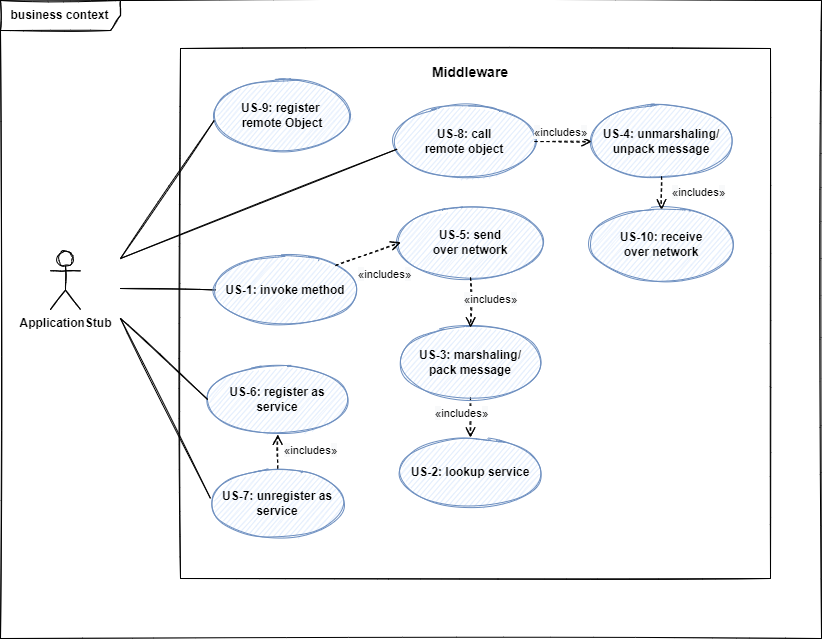
Above: Dokumentation/Middleware/diagrams/scope_business.png in sckoenig/Distributed-Tron (draw.io), before the change. Source tidied: cells renumbered, new cells last; positions are measured from the earlier drawing's top-left corner, leaving out a move shared by most shapes.
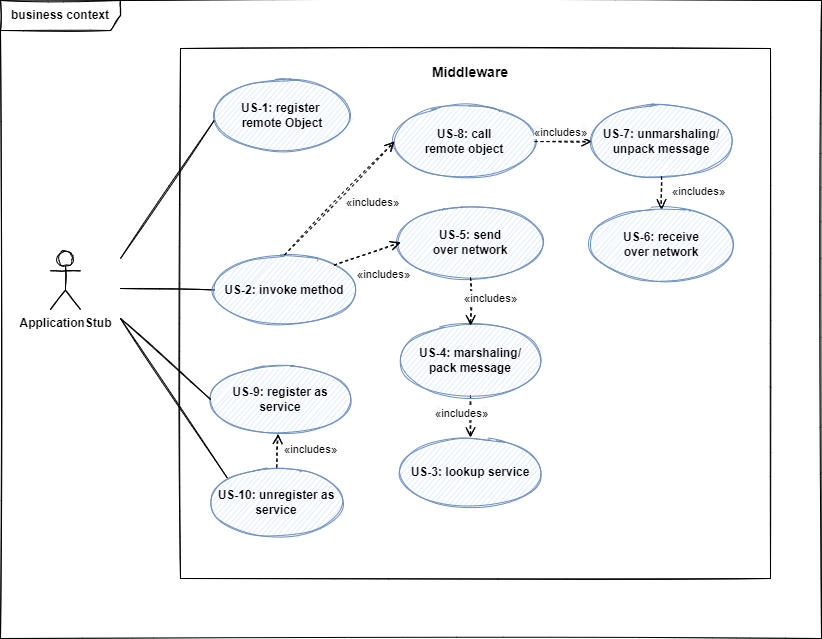
Later version of the same file.

What changed in the source:
```diff
@@ -31,13 +31,13 @@
         <mxPoint x="275" y="255" as="targetPoint" />
       </mxGeometry>
     </mxCell>
-    <mxCell id="9" value="&lt;b&gt;US-1: invoke method&lt;br&gt;&lt;/b&gt;" style="ellipse;whiteSpace=wrap;html=1;sketch=1;fillColor=#dae8fc;strokeColor=#6c8ebf;" parent="1" vertex="1">
-      <mxGeometry x="215" y="254.5" width="140" height="70" as="geometry" />
+    <mxCell id="9" value="&lt;b&gt;US-2: invoke method&lt;br&gt;&lt;/b&gt;" style="ellipse;whiteSpace=wrap;html=1;sketch=1;fillColor=#dae8fc;strokeColor=#6c8ebf;" parent="1" vertex="1">
+      <mxGeometry x="214" y="254.5" width="140" height="70" as="geometry" />
     </mxCell>
-    <mxCell id="10" value="&lt;b&gt;US-6: register as service&lt;br&gt;&lt;/b&gt;" style="ellipse;whiteSpace=wrap;html=1;sketch=1;fillColor=#dae8fc;strokeColor=#6c8ebf;" parent="1" vertex="1">
-      <mxGeometry x="207.2" y="364" width="140" height="70" as="geometry" />
+    <mxCell id="10" value="&lt;b&gt;US-9: register as service&lt;br&gt;&lt;/b&gt;" style="ellipse;whiteSpace=wrap;html=1;sketch=1;fillColor=#dae8fc;strokeColor=#6c8ebf;" parent="1" vertex="1">
+      <mxGeometry x="210.2" y="364" width="140" height="70" as="geometry" />
     </mxCell>
-    <mxCell id="11" value="&lt;b&gt;US-2: lookup service&lt;br&gt;&lt;/b&gt;" style="ellipse;whiteSpace=wrap;html=1;sketch=1;fillColor=#dae8fc;strokeColor=#6c8ebf;" parent="1" vertex="1">
+    <mxCell id="11" value="&lt;b&gt;US-3: lookup service&lt;br&gt;&lt;/b&gt;" style="ellipse;whiteSpace=wrap;html=1;sketch=1;fillColor=#dae8fc;strokeColor=#6c8ebf;" parent="1" vertex="1">
       <mxGeometry x="400" y="437" width="140" height="70" as="geometry" />
     </mxCell>
     <mxCell id="12" style="endArrow=none;endFill=0;endSize=12;html=1;rounded=0;entryX=0;entryY=0.5;entryDx=0;entryDy=0;sketch=1;" parent="1" edge="1" target="10">
@@ -50,11 +50,11 @@
         <mxPoint x="1" as="offset" />
       </mxGeometry>
     </mxCell>
-    <mxCell id="14" value="&lt;b&gt;US-4: unmarshaling/&lt;br&gt;unpack message&lt;/b&gt;&lt;b&gt;&lt;br&gt;&lt;/b&gt;" style="ellipse;whiteSpace=wrap;html=1;sketch=1;fillColor=#dae8fc;strokeColor=#6c8ebf;" parent="1" vertex="1">
+    <mxCell id="14" value="&lt;b&gt;US-7: unmarshaling/&lt;br&gt;unpack message&lt;/b&gt;&lt;b&gt;&lt;br&gt;&lt;/b&gt;" style="ellipse;whiteSpace=wrap;html=1;sketch=1;fillColor=#dae8fc;strokeColor=#6c8ebf;" parent="1" vertex="1">
       <mxGeometry x="591" y="106" width="140" height="70" as="geometry" />
     </mxCell>
-    <mxCell id="15" value="&lt;b&gt;US-3: marshaling/&lt;br&gt;pack message&lt;/b&gt;&lt;b&gt;&lt;br&gt;&lt;/b&gt;" style="ellipse;whiteSpace=wrap;html=1;sketch=1;fillColor=#dae8fc;strokeColor=#6c8ebf;" parent="1" vertex="1">
-      <mxGeometry x="400" y="327" width="140" height="70" as="geometry" />
+    <mxCell id="15" value="&lt;b&gt;US-4: marshaling/&lt;br&gt;pack message&lt;/b&gt;&lt;b&gt;&lt;br&gt;&lt;/b&gt;" style="ellipse;whiteSpace=wrap;html=1;sketch=1;fillColor=#dae8fc;strokeColor=#6c8ebf;" parent="1" vertex="1">
+      <mxGeometry x="400" y="325" width="140" height="70" as="geometry" />
     </mxCell>
     <mxCell id="16" value="&lt;b&gt;US-5: send&lt;br&gt;over network&lt;br&gt;&lt;/b&gt;" style="ellipse;whiteSpace=wrap;html=1;sketch=1;fillColor=#dae8fc;strokeColor=#6c8ebf;" parent="1" vertex="1">
       <mxGeometry x="400" y="207" width="140" height="70" as="geometry" />
@@ -62,45 +62,42 @@
     <mxCell id="17" value="&lt;b&gt;US-8: call&lt;br&gt;remote object&lt;br&gt;&lt;/b&gt;" style="ellipse;whiteSpace=wrap;html=1;sketch=1;fillColor=#dae8fc;strokeColor=#6c8ebf;" parent="1" vertex="1">
       <mxGeometry x="394" y="106" width="140" height="70" as="geometry" />
     </mxCell>
-    <mxCell id="18" style="endArrow=none;endFill=0;endSize=12;html=1;rounded=0;entryX=0.019;entryY=0.609;entryDx=0;entryDy=0;sketch=1;entryPerimeter=0;" parent="1" edge="1" target="17">
-      <mxGeometry relative="1" as="geometry">
-        <mxPoint x="120" y="258" as="sourcePoint" />
-      </mxGeometry>
+    <mxCell id="18" value="&lt;span style=&quot;font-size: 12px; background-color: rgb(248, 249, 250);&quot;&gt;«&lt;/span&gt;includes&lt;span style=&quot;font-size: 12px; background-color: rgb(248, 249, 250);&quot;&gt;»&lt;/span&gt;" style="html=1;verticalAlign=bottom;endArrow=open;dashed=1;endSize=8;rounded=0;exitX=1;exitY=0;exitDx=0;exitDy=0;sketch=1;entryX=0;entryY=0.5;entryDx=0;entryDy=0;" parent="1" edge="1" source="9" target="16">
+      <mxGeometry x="0.18" y="-33" relative="1" as="geometry" />
     </mxCell>
-    <mxCell id="19" value="&lt;span style=&quot;font-size: 12px; background-color: rgb(248, 249, 250);&quot;&gt;«&lt;/span&gt;includes&lt;span style=&quot;font-size: 12px; background-color: rgb(248, 249, 250);&quot;&gt;»&lt;/span&gt;" style="html=1;verticalAlign=bottom;endArrow=open;dashed=1;endSize=8;rounded=0;exitX=1;exitY=0;exitDx=0;exitDy=0;sketch=1;entryX=0;entryY=0.5;entryDx=0;entryDy=0;" parent="1" edge="1" source="9" target="16">
-      <mxGeometry x="0.18" y="-33" relative="1" as="geometry" />
+    <mxCell id="19" value="&lt;b&gt;US-10: unregister as service&lt;br&gt;&lt;/b&gt;" style="ellipse;whiteSpace=wrap;html=1;sketch=1;fillColor=#dae8fc;strokeColor=#6c8ebf;" parent="1" vertex="1">
+      <mxGeometry x="206.2" y="467" width="140" height="70" as="geometry" />
     </mxCell>
-    <mxCell id="20" value="&lt;b&gt;US-7: unregister as service&lt;br&gt;&lt;/b&gt;" style="ellipse;whiteSpace=wrap;html=1;sketch=1;fillColor=#dae8fc;strokeColor=#6c8ebf;" parent="1" vertex="1">
-      <mxGeometry x="207.2" y="468" width="140" height="70" as="geometry" />
+    <mxCell id="20" style="endArrow=none;endFill=0;endSize=12;html=1;rounded=0;sketch=1;entryX=0;entryY=0;entryDx=0;entryDy=0;" parent="1" edge="1" target="19">
+      <mxGeometry relative="1" as="geometry">
+        <mxPoint x="120" y="318" as="sourcePoint" />
+      </mxGeometry>
     </mxCell>
-    <mxCell id="21" style="endArrow=none;endFill=0;endSize=12;html=1;rounded=0;sketch=1;" parent="1" edge="1">
-      <mxGeometry relative="1" as="geometry">
-        <mxPoint x="120" y="318" as="sourcePoint" />
-        <mxPoint x="210" y="498" as="targetPoint" />
-      </mxGeometry>
+    <mxCell id="21" value="&lt;span style=&quot;font-size: 12px; background-color: rgb(248, 249, 250);&quot;&gt;«&lt;/span&gt;includes&lt;span style=&quot;font-size: 12px; background-color: rgb(248, 249, 250);&quot;&gt;»&lt;/span&gt;" style="html=1;verticalAlign=bottom;endArrow=open;dashed=1;endSize=8;rounded=0;exitX=0.5;exitY=0;exitDx=0;exitDy=0;sketch=1;entryX=0.482;entryY=0.991;entryDx=0;entryDy=0;entryPerimeter=0;" parent="1" edge="1" source="19" target="10">
+      <mxGeometry x="-0.41" y="-33" relative="1" as="geometry" />
     </mxCell>
-    <mxCell id="22" value="&lt;span style=&quot;font-size: 12px; background-color: rgb(248, 249, 250);&quot;&gt;«&lt;/span&gt;includes&lt;span style=&quot;font-size: 12px; background-color: rgb(248, 249, 250);&quot;&gt;»&lt;/span&gt;" style="html=1;verticalAlign=bottom;endArrow=open;dashed=1;endSize=8;rounded=0;exitX=0.5;exitY=0;exitDx=0;exitDy=0;sketch=1;entryX=0.5;entryY=1;entryDx=0;entryDy=0;" parent="1" edge="1" source="20" target="10">
-      <mxGeometry x="-0.41" y="-33" relative="1" as="geometry" />
+    <mxCell id="22" value="&lt;b&gt;US-1: register&amp;nbsp;&lt;br&gt;remote Object&lt;br&gt;&lt;/b&gt;" style="ellipse;whiteSpace=wrap;html=1;sketch=1;fillColor=#dae8fc;strokeColor=#6c8ebf;" parent="1" vertex="1">
+      <mxGeometry x="211.5" y="80" width="140" height="70" as="geometry" />
     </mxCell>
-    <mxCell id="23" value="&lt;b&gt;US-9: register&amp;nbsp;&lt;br&gt;remote Object&lt;br&gt;&lt;/b&gt;" style="ellipse;whiteSpace=wrap;html=1;sketch=1;fillColor=#dae8fc;strokeColor=#6c8ebf;" parent="1" vertex="1">
-      <mxGeometry x="211.5" y="80" width="140" height="70" as="geometry" />
+    <mxCell id="23" style="endArrow=none;endFill=0;endSize=12;html=1;rounded=0;entryX=0.016;entryY=0.57;entryDx=0;entryDy=0;sketch=1;entryPerimeter=0;" parent="1" edge="1" target="22">
+      <mxGeometry relative="1" as="geometry">
+        <mxPoint x="120" y="258" as="sourcePoint" />
+      </mxGeometry>
     </mxCell>
-    <mxCell id="24" style="endArrow=none;endFill=0;endSize=12;html=1;rounded=0;entryX=0.016;entryY=0.57;entryDx=0;entryDy=0;sketch=1;entryPerimeter=0;" parent="1" edge="1" target="23">
-      <mxGeometry relative="1" as="geometry">
-        <mxPoint x="120" y="258" as="sourcePoint" />
-      </mxGeometry>
+    <mxCell id="24" value="&lt;span style=&quot;font-size: 12px; background-color: rgb(248, 249, 250);&quot;&gt;«&lt;/span&gt;includes&lt;span style=&quot;font-size: 12px; background-color: rgb(248, 249, 250);&quot;&gt;»&lt;/span&gt;" style="html=1;verticalAlign=bottom;endArrow=open;dashed=1;endSize=8;rounded=0;exitX=1;exitY=0.5;exitDx=0;exitDy=0;sketch=1;entryX=0;entryY=0.5;entryDx=0;entryDy=0;" parent="1" edge="1" source="17" target="14">
+      <mxGeometry x="-0.1" relative="1" as="geometry" />
     </mxCell>
-    <mxCell id="25" value="&lt;span style=&quot;font-size: 12px; background-color: rgb(248, 249, 250);&quot;&gt;«&lt;/span&gt;includes&lt;span style=&quot;font-size: 12px; background-color: rgb(248, 249, 250);&quot;&gt;»&lt;/span&gt;" style="html=1;verticalAlign=bottom;endArrow=open;dashed=1;endSize=8;rounded=0;exitX=1;exitY=0.5;exitDx=0;exitDy=0;sketch=1;entryX=0;entryY=0.5;entryDx=0;entryDy=0;" parent="1" edge="1" source="17" target="14">
-      <mxGeometry x="-0.1" relative="1" as="geometry" />
+    <mxCell id="25" value="&lt;b&gt;US-6: receive&lt;br&gt;over network&lt;br&gt;&lt;/b&gt;" style="ellipse;whiteSpace=wrap;html=1;sketch=1;fillColor=#dae8fc;strokeColor=#6c8ebf;" parent="1" vertex="1">
+      <mxGeometry x="591" y="209" width="140" height="70" as="geometry" />
     </mxCell>
-    <mxCell id="26" value="&lt;b&gt;US-10: receive&lt;br&gt;over network&lt;br&gt;&lt;/b&gt;" style="ellipse;whiteSpace=wrap;html=1;sketch=1;fillColor=#dae8fc;strokeColor=#6c8ebf;" parent="1" vertex="1">
-      <mxGeometry x="591" y="209" width="140" height="70" as="geometry" />
+    <mxCell id="26" value="&lt;span style=&quot;font-size: 12px; background-color: rgb(248, 249, 250);&quot;&gt;«&lt;/span&gt;includes&lt;span style=&quot;font-size: 12px; background-color: rgb(248, 249, 250);&quot;&gt;»&lt;/span&gt;" style="html=1;verticalAlign=bottom;endArrow=open;dashed=1;endSize=8;rounded=0;exitX=0.5;exitY=1;exitDx=0;exitDy=0;sketch=1;entryX=0.5;entryY=0;entryDx=0;entryDy=0;" parent="1" edge="1" source="16" target="15">
+      <mxGeometry x="0.24" y="20" relative="1" as="geometry" />
     </mxCell>
-    <mxCell id="27" value="&lt;span style=&quot;font-size: 12px; background-color: rgb(248, 249, 250);&quot;&gt;«&lt;/span&gt;includes&lt;span style=&quot;font-size: 12px; background-color: rgb(248, 249, 250);&quot;&gt;»&lt;/span&gt;" style="html=1;verticalAlign=bottom;endArrow=open;dashed=1;endSize=8;rounded=0;exitX=0.5;exitY=1;exitDx=0;exitDy=0;sketch=1;entryX=0.5;entryY=0;entryDx=0;entryDy=0;" parent="1" edge="1" source="16" target="15">
-      <mxGeometry x="0.24" y="20" relative="1" as="geometry" />
+    <mxCell id="27" value="&lt;span style=&quot;font-size: 12px; background-color: rgb(248, 249, 250);&quot;&gt;«&lt;/span&gt;includes&lt;span style=&quot;font-size: 12px; background-color: rgb(248, 249, 250);&quot;&gt;»&lt;/span&gt;" style="html=1;verticalAlign=bottom;endArrow=open;dashed=1;endSize=8;rounded=0;sketch=1;entryX=0.5;entryY=0;entryDx=0;entryDy=0;exitX=0.5;exitY=1;exitDx=0;exitDy=0;" parent="1" edge="1" source="14" target="25">
+      <mxGeometry x="0.45" y="37" relative="1" as="geometry" />
     </mxCell>
-    <mxCell id="28" value="&lt;span style=&quot;font-size: 12px; background-color: rgb(248, 249, 250);&quot;&gt;«&lt;/span&gt;includes&lt;span style=&quot;font-size: 12px; background-color: rgb(248, 249, 250);&quot;&gt;»&lt;/span&gt;" style="html=1;verticalAlign=bottom;endArrow=open;dashed=1;endSize=8;rounded=0;sketch=1;entryX=0.5;entryY=0;entryDx=0;entryDy=0;exitX=0.5;exitY=1;exitDx=0;exitDy=0;" parent="1" edge="1" source="14" target="26">
-      <mxGeometry x="0.45" y="37" relative="1" as="geometry" />
+    <mxCell id="28" value="&lt;span style=&quot;font-size: 12px; background-color: rgb(248, 249, 250);&quot;&gt;«&lt;/span&gt;includes&lt;span style=&quot;font-size: 12px; background-color: rgb(248, 249, 250);&quot;&gt;»&lt;/span&gt;" style="html=1;verticalAlign=bottom;endArrow=open;dashed=1;endSize=8;rounded=0;exitX=0.5;exitY=0;exitDx=0;exitDy=0;sketch=1;entryX=0;entryY=0.5;entryDx=0;entryDy=0;" parent="1" edge="1" source="9" target="17">
+      <mxGeometry x="0.18" y="-33" relative="1" as="geometry" />
     </mxCell>
   </root>
 </mxGraphModel>
```
